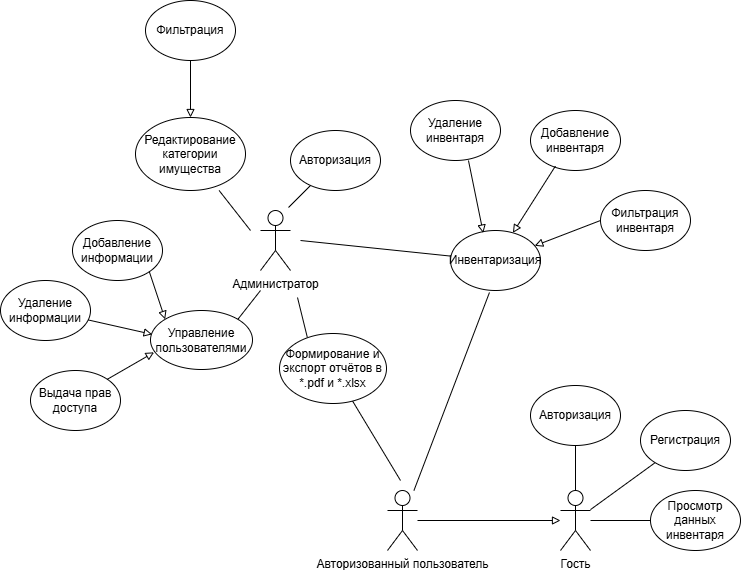
kenikor/CourseProject keeps this draw.io diagram as Диаграмма использования 2.0.png. Above is the earlier version. Source tidied: cells renumbered, new cells last; positions are measured from the earlier drawing's top-left corner, leaving out a move shared by most shapes. The source it was exported from:
```xml
<mxGraphModel>
  <root>
    <mxCell id="0" />
    <mxCell id="1" parent="0" />
    <mxCell id="2" value="&lt;div&gt;Администратор&lt;/div&gt;" style="shape=umlActor;verticalLabelPosition=bottom;verticalAlign=top;html=1;" parent="1" vertex="1">
      <mxGeometry x="260" y="210" width="30" height="60" as="geometry" />
    </mxCell>
    <mxCell id="3" value="&lt;div&gt;Авторизованный пользователь&lt;/div&gt;" style="shape=umlActor;verticalLabelPosition=bottom;verticalAlign=top;html=1;outlineConnect=0;" parent="1" vertex="1">
      <mxGeometry x="387" y="490" width="30" height="60" as="geometry" />
    </mxCell>
    <mxCell id="4" style="endArrow=none;html=1;rounded=0;entryX=0.76;entryY=1;entryDx=0;entryDy=0;entryPerimeter=0;" parent="1" edge="1" target="5">
      <mxGeometry relative="1" as="geometry">
        <mxPoint x="250" y="230" as="sourcePoint" />
      </mxGeometry>
    </mxCell>
    <mxCell id="5" value="Редактирование категории имущества" style="ellipse;whiteSpace=wrap;html=1;" parent="1" vertex="1">
      <mxGeometry x="135" y="117" width="110" height="73" as="geometry" />
    </mxCell>
    <mxCell id="6" value="Формирование и экспорт отчётов в *.pdf и *.xlsx" style="ellipse;whiteSpace=wrap;html=1;" parent="1" vertex="1">
      <mxGeometry x="279" y="333" width="107" height="70" as="geometry" />
    </mxCell>
    <mxCell id="7" value="Управление пользователями" style="ellipse;whiteSpace=wrap;html=1;" parent="1" vertex="1">
      <mxGeometry x="150" y="310" width="102" height="59" as="geometry" />
    </mxCell>
    <mxCell id="8" style="endArrow=none;html=1;rounded=0;exitX=0.26;exitY=0.055;exitDx=0;exitDy=0;exitPerimeter=0;" parent="1" edge="1" source="6">
      <mxGeometry relative="1" as="geometry">
        <mxPoint x="297" y="297" as="targetPoint" />
      </mxGeometry>
    </mxCell>
    <mxCell id="9" value="Выдача прав доступа" style="ellipse;whiteSpace=wrap;html=1;" parent="1" vertex="1">
      <mxGeometry x="30" y="370" width="90" height="60" as="geometry" />
    </mxCell>
    <mxCell id="10" value="Авторизация" style="ellipse;whiteSpace=wrap;html=1;" parent="1" vertex="1">
      <mxGeometry x="530" y="385" width="90" height="60" as="geometry" />
    </mxCell>
    <mxCell id="11" style="endArrow=none;html=1;rounded=0;exitX=1;exitY=0;exitDx=0;exitDy=0;" parent="1" edge="1" source="7">
      <mxGeometry relative="1" as="geometry">
        <mxPoint x="260" y="290" as="targetPoint" />
      </mxGeometry>
    </mxCell>
    <mxCell id="12" value="Добавление информации" style="ellipse;whiteSpace=wrap;html=1;" parent="1" vertex="1">
      <mxGeometry x="72" y="220" width="90" height="60" as="geometry" />
    </mxCell>
    <mxCell id="13" value="Удаление информации" style="ellipse;whiteSpace=wrap;html=1;" parent="1" vertex="1">
      <mxGeometry y="280" width="90" height="60" as="geometry" />
    </mxCell>
    <mxCell id="14" value="Фильтрация" style="ellipse;whiteSpace=wrap;html=1;" parent="1" vertex="1">
      <mxGeometry x="145" width="90" height="60" as="geometry" />
    </mxCell>
    <mxCell id="15" value="&lt;div&gt;Гость&lt;/div&gt;" style="shape=umlActor;verticalLabelPosition=bottom;verticalAlign=top;html=1;outlineConnect=0;" parent="1" vertex="1">
      <mxGeometry x="560" y="490" width="30" height="60" as="geometry" />
    </mxCell>
    <mxCell id="16" value="Инвентаризация" style="ellipse;whiteSpace=wrap;html=1;" parent="1" vertex="1">
      <mxGeometry x="450" y="230" width="90" height="60" as="geometry" />
    </mxCell>
    <mxCell id="17" style="endArrow=none;html=1;rounded=0;" parent="1" edge="1" target="16">
      <mxGeometry relative="1" as="geometry">
        <mxPoint x="300" y="240" as="sourcePoint" />
      </mxGeometry>
    </mxCell>
    <mxCell id="18" value="Фильтрация инвентаря" style="ellipse;whiteSpace=wrap;html=1;" parent="1" vertex="1">
      <mxGeometry x="600" y="190" width="90" height="60" as="geometry" />
    </mxCell>
    <mxCell id="19" value="Добавление инвентаря" style="ellipse;whiteSpace=wrap;html=1;" parent="1" vertex="1">
      <mxGeometry x="530" y="110" width="90" height="60" as="geometry" />
    </mxCell>
    <mxCell id="20" value="Удаление инвентаря" style="ellipse;whiteSpace=wrap;html=1;" parent="1" vertex="1">
      <mxGeometry x="410" y="100" width="90" height="60" as="geometry" />
    </mxCell>
    <mxCell id="21" style="endArrow=none;html=1;rounded=0;" parent="1" edge="1" source="15" target="10">
      <mxGeometry relative="1" as="geometry" />
    </mxCell>
    <mxCell id="22" style="endArrow=none;html=1;rounded=0;" parent="1" edge="1" source="6">
      <mxGeometry relative="1" as="geometry">
        <mxPoint x="400" y="480" as="targetPoint" />
      </mxGeometry>
    </mxCell>
    <mxCell id="23" style="endArrow=block;html=1;rounded=0;endFill=0;" parent="1" edge="1" source="3" target="15">
      <mxGeometry relative="1" as="geometry" />
    </mxCell>
    <mxCell id="24" style="endArrow=none;html=1;rounded=0;entryX=0.433;entryY=1.033;entryDx=0;entryDy=0;entryPerimeter=0;" parent="1" edge="1" source="3" target="16">
      <mxGeometry relative="1" as="geometry" />
    </mxCell>
    <mxCell id="25" style="endArrow=none;html=1;rounded=0;" parent="1" edge="1" target="26">
      <mxGeometry relative="1" as="geometry">
        <mxPoint x="288" y="207" as="sourcePoint" />
      </mxGeometry>
    </mxCell>
    <mxCell id="26" value="Авторизация" style="ellipse;whiteSpace=wrap;html=1;" parent="1" vertex="1">
      <mxGeometry x="290" y="130" width="90" height="60" as="geometry" />
    </mxCell>
    <mxCell id="27" value="Просмотр данных инвентаря" style="ellipse;whiteSpace=wrap;html=1;" parent="1" vertex="1">
      <mxGeometry x="650" y="490" width="90" height="60" as="geometry" />
    </mxCell>
    <mxCell id="28" style="endArrow=none;html=1;rounded=0;entryX=0;entryY=0.5;entryDx=0;entryDy=0;" parent="1" edge="1" source="15" target="27">
      <mxGeometry relative="1" as="geometry" />
    </mxCell>
    <mxCell id="29" value="Регистрация" style="ellipse;whiteSpace=wrap;html=1;" parent="1" vertex="1">
      <mxGeometry x="640" y="410" width="90" height="60" as="geometry" />
    </mxCell>
    <mxCell id="30" style="endArrow=none;html=1;rounded=0;" parent="1" edge="1" source="15" target="29">
      <mxGeometry relative="1" as="geometry" />
    </mxCell>
    <mxCell id="31" style="endArrow=block;html=1;rounded=0;exitX=0.277;exitY=0.926;exitDx=0;exitDy=0;exitPerimeter=0;endFill=0;" parent="1" edge="1" source="19" target="16">
      <mxGeometry relative="1" as="geometry" />
    </mxCell>
    <mxCell id="32" style="endArrow=block;html=1;rounded=0;exitX=0;exitY=0.5;exitDx=0;exitDy=0;endFill=0;" parent="1" edge="1" source="18" target="16">
      <mxGeometry relative="1" as="geometry" />
    </mxCell>
    <mxCell id="33" style="endArrow=block;html=1;rounded=0;exitX=0.644;exitY=1;exitDx=0;exitDy=0;entryX=0.364;entryY=0.042;entryDx=0;entryDy=0;entryPerimeter=0;exitPerimeter=0;endFill=0;" parent="1" edge="1" source="20" target="16">
      <mxGeometry relative="1" as="geometry" />
    </mxCell>
    <mxCell id="34" style="endArrow=block;html=1;rounded=0;exitX=1;exitY=1;exitDx=0;exitDy=0;entryX=0;entryY=0;entryDx=0;entryDy=0;endFill=0;" parent="1" edge="1" source="12" target="7">
      <mxGeometry relative="1" as="geometry" />
    </mxCell>
    <mxCell id="35" style="endArrow=block;html=1;rounded=0;entryX=0.016;entryY=0.404;entryDx=0;entryDy=0;entryPerimeter=0;endFill=0;" parent="1" edge="1" source="13" target="7">
      <mxGeometry relative="1" as="geometry" />
    </mxCell>
    <mxCell id="36" style="endArrow=block;html=1;rounded=0;exitX=1;exitY=0;exitDx=0;exitDy=0;entryX=0.035;entryY=0.709;entryDx=0;entryDy=0;entryPerimeter=0;endFill=0;" parent="1" edge="1" source="9" target="7">
      <mxGeometry relative="1" as="geometry" />
    </mxCell>
    <mxCell id="37" style="endArrow=block;html=1;rounded=0;exitX=0.5;exitY=1;exitDx=0;exitDy=0;entryX=0.5;entryY=0;entryDx=0;entryDy=0;endFill=0;" parent="1" edge="1" source="14" target="5">
      <mxGeometry relative="1" as="geometry" />
    </mxCell>
  </root>
</mxGraphModel>
```
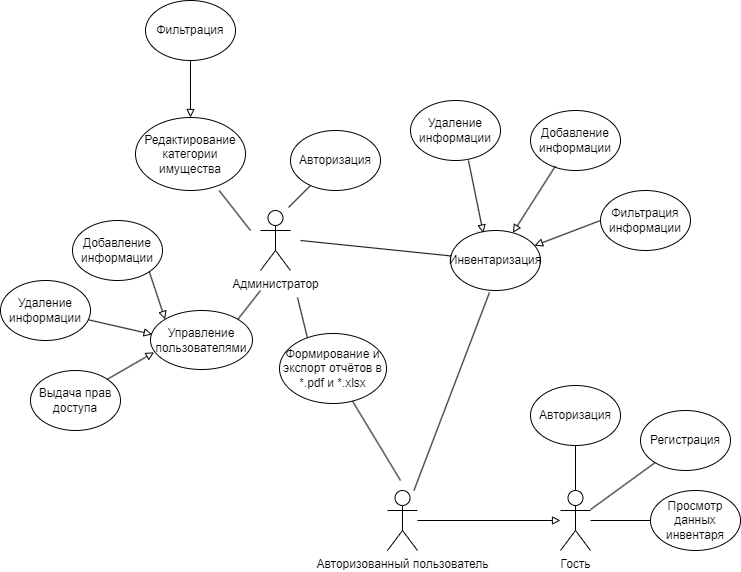
After the commit.

What changed in the source:
```diff
@@ -58,13 +58,13 @@
         <mxPoint x="300" y="240" as="sourcePoint" />
       </mxGeometry>
     </mxCell>
-    <mxCell id="18" value="Фильтрация инвентаря" style="ellipse;whiteSpace=wrap;html=1;" parent="1" vertex="1">
+    <mxCell id="18" value="Фильтрация информации" style="ellipse;whiteSpace=wrap;html=1;" parent="1" vertex="1">
       <mxGeometry x="600" y="190" width="90" height="60" as="geometry" />
     </mxCell>
-    <mxCell id="19" value="Добавление инвентаря" style="ellipse;whiteSpace=wrap;html=1;" parent="1" vertex="1">
+    <mxCell id="19" value="Добавление информации" style="ellipse;whiteSpace=wrap;html=1;" parent="1" vertex="1">
       <mxGeometry x="530" y="110" width="90" height="60" as="geometry" />
     </mxCell>
-    <mxCell id="20" value="Удаление инвентаря" style="ellipse;whiteSpace=wrap;html=1;" parent="1" vertex="1">
+    <mxCell id="20" value="Удаление информации" style="ellipse;whiteSpace=wrap;html=1;" parent="1" vertex="1">
       <mxGeometry x="410" y="100" width="90" height="60" as="geometry" />
     </mxCell>
     <mxCell id="21" style="endArrow=none;html=1;rounded=0;" parent="1" edge="1" source="15" target="10">
```
